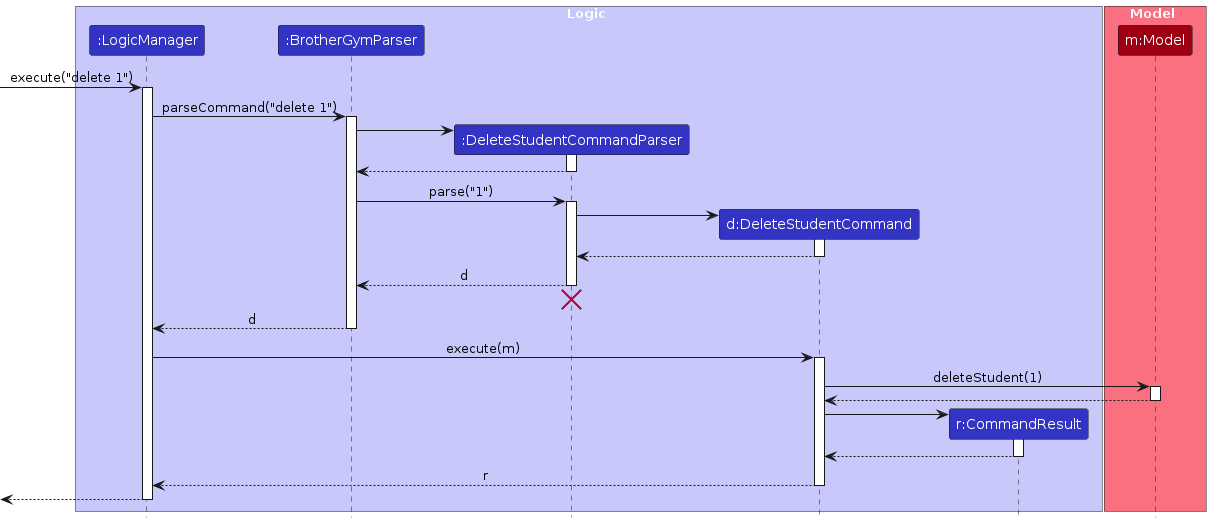
Above: diagrams/DeleteSequenceDiagram.png in AY2627S1-CS2103T-T11-4/tp (PlantUML), before the change. Its source is kept beside it as diagrams/DeleteSequenceDiagram.puml.
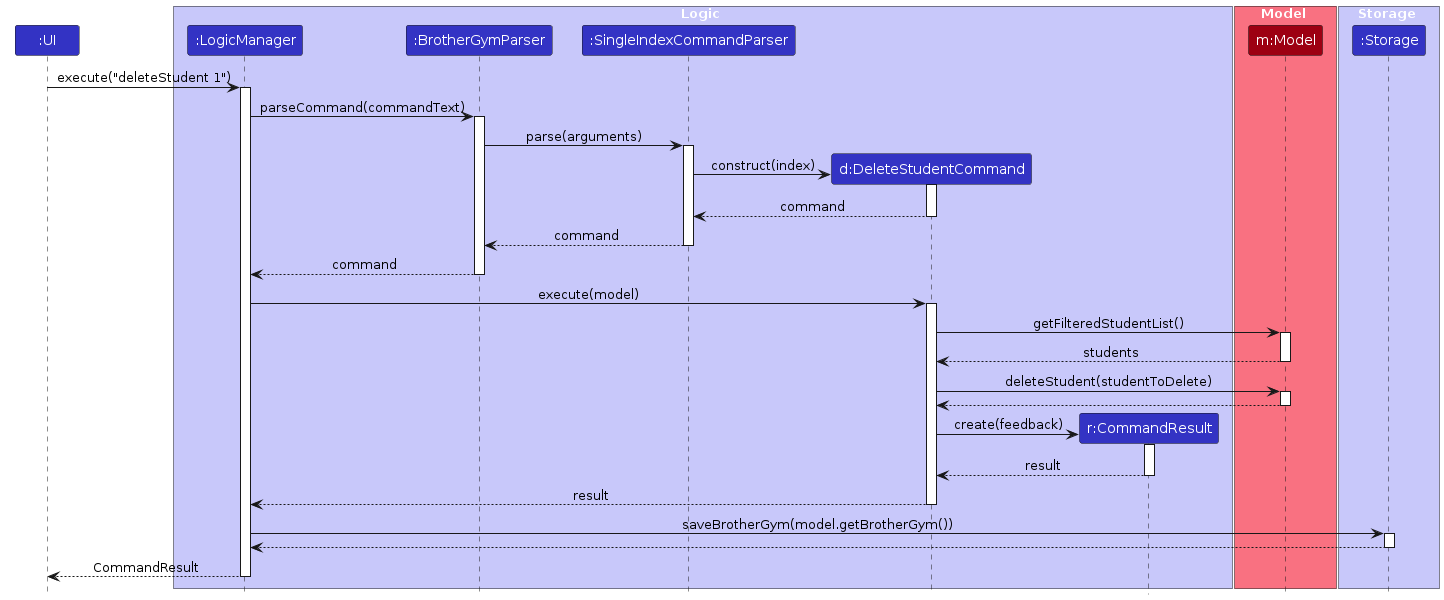
Above is the later version.

Change to the diagram source:
```diff
@@ -2,10 +2,12 @@
 !include style.puml
 skinparam ArrowFontStyle plain
 
+participant ":UI" as UI LOGIC_COLOR
+
 box Logic LOGIC_COLOR_T1
 participant ":LogicManager" as LogicManager LOGIC_COLOR
 participant ":BrotherGymParser" as BrotherGymParser LOGIC_COLOR
-participant ":DeleteStudentCommandParser" as DeleteStudentCommandParser LOGIC_COLOR
+participant ":SingleIndexCommandParser" as SingleIndexCommandParser LOGIC_COLOR
 participant "d:DeleteStudentCommand" as DeleteStudentCommand LOGIC_COLOR
 participant "r:CommandResult" as CommandResult LOGIC_COLOR
 end box
@@ -13,57 +15,49 @@
 box Model MODEL_COLOR_T1
 participant "m:Model" as Model MODEL_COLOR
 end box
+box Storage LOGIC_COLOR_T1
+participant ":Storage" as Storage LOGIC_COLOR
+end box
 
-[-> LogicManager : execute("delete 1")
+UI -> LogicManager : execute("deleteStudent 1")
 activate LogicManager
-
-LogicManager -> BrotherGymParser : parseCommand("delete 1")
+LogicManager -> BrotherGymParser : parseCommand(commandText)
 activate BrotherGymParser
-
-create DeleteStudentCommandParser
-BrotherGymParser -> DeleteStudentCommandParser
-activate DeleteStudentCommandParser
-
-DeleteStudentCommandParser --> BrotherGymParser
-deactivate DeleteStudentCommandParser
-
-BrotherGymParser -> DeleteStudentCommandParser : parse("1")
-activate DeleteStudentCommandParser
-
+BrotherGymParser -> SingleIndexCommandParser : parse(arguments)
+activate SingleIndexCommandParser
 create DeleteStudentCommand
-DeleteStudentCommandParser -> DeleteStudentCommand
+SingleIndexCommandParser -> DeleteStudentCommand : construct(index)
 activate DeleteStudentCommand
-
-DeleteStudentCommand --> DeleteStudentCommandParser :
+DeleteStudentCommand --> SingleIndexCommandParser : command
 deactivate DeleteStudentCommand
-
-DeleteStudentCommandParser --> BrotherGymParser : d
-deactivate DeleteStudentCommandParser
-DeleteStudentCommandParser -[hidden]-> BrotherGymParser
-destroy DeleteStudentCommandParser
-
-BrotherGymParser --> LogicManager : d
+SingleIndexCommandParser --> BrotherGymParser : command
+deactivate SingleIndexCommandParser
+BrotherGymParser --> LogicManager : command
 deactivate BrotherGymParser
 
-LogicManager -> DeleteStudentCommand : execute(m)
+LogicManager -> DeleteStudentCommand : execute(model)
 activate DeleteStudentCommand
-
-DeleteStudentCommand -> Model : deleteStudent(1)
+DeleteStudentCommand -> Model : getFilteredStudentList()
 activate Model
-
+Model --> DeleteStudentCommand : students
+deactivate Model
+DeleteStudentCommand -> Model : deleteStudent(studentToDelete)
+activate Model
 Model --> DeleteStudentCommand
 deactivate Model
 
 create CommandResult
-DeleteStudentCommand -> CommandResult
+DeleteStudentCommand -> CommandResult : create(feedback)
 activate CommandResult
-
-CommandResult --> DeleteStudentCommand
+CommandResult --> DeleteStudentCommand : result
 deactivate CommandResult
-
-DeleteStudentCommand --> LogicManager : r
+DeleteStudentCommand --> LogicManager : result
 deactivate DeleteStudentCommand
 
-[<--LogicManager
+LogicManager -> Storage : saveBrotherGym(model.getBrotherGym())
+activate Storage
+Storage --> LogicManager
+deactivate Storage
+LogicManager --> UI : CommandResult
 deactivate LogicManager
 @enduml
```
